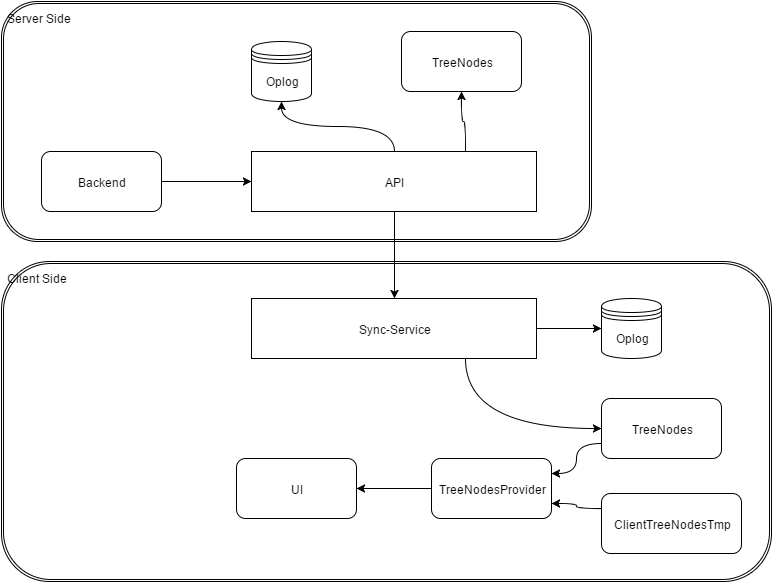
Before: docs/zoo-gui.png, a diagram exported from draw.io (thongdong7/zoo-gui). Source tidied: cells renumbered, new cells last; positions are measured from the earlier drawing's top-left corner, leaving out a move shared by most shapes.
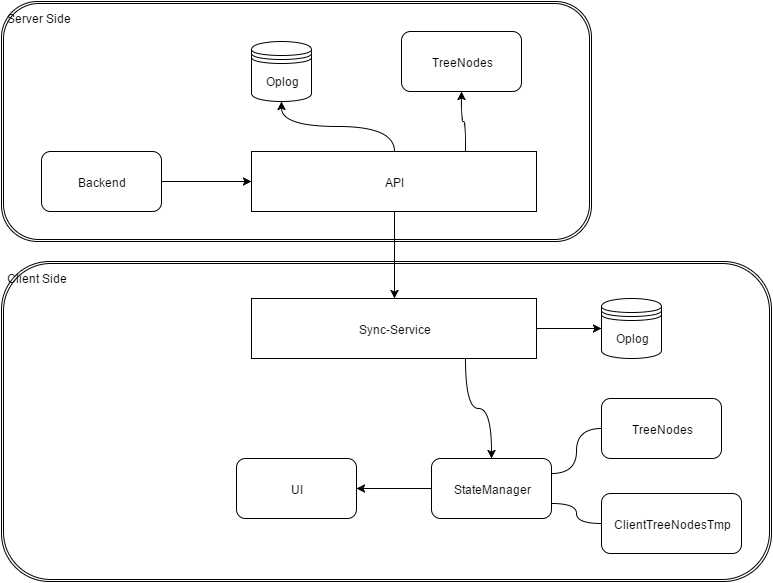
After the commit.

Diff of the diagram source:
```diff
@@ -23,6 +23,9 @@
     <mxCell id="8" style="edgeStyle=orthogonalEdgeStyle;curved=1;rounded=0;html=1;exitX=0.75;exitY=0;entryX=0.5;entryY=1;jettySize=auto;" parent="1" edge="1" source="6" target="4">
       <mxGeometry relative="1" as="geometry" />
     </mxCell>
+    <mxCell id="23" style="edgeStyle=orthogonalEdgeStyle;curved=1;rounded=0;html=1;exitX=0.75;exitY=1;jettySize=auto;" parent="1" edge="1" source="9" target="19">
+      <mxGeometry relative="1" as="geometry" />
+    </mxCell>
     <mxCell id="9" value="Sync-Service" style="whiteSpace=wrap;html=1;" parent="1" vertex="1">
       <mxGeometry x="250" y="297" width="285" height="60" as="geometry" />
     </mxCell>
@@ -32,15 +35,28 @@
     <mxCell id="11" value="Oplog" style="shape=datastore;whiteSpace=wrap;html=1;" parent="1" vertex="1">
       <mxGeometry x="600" y="297" width="60" height="60" as="geometry" />
     </mxCell>
+    <mxCell id="20" style="edgeStyle=orthogonalEdgeStyle;curved=1;rounded=0;html=1;exitX=0;exitY=0.5;entryX=1;entryY=0.25;jettySize=auto;endArrow=none;endFill=0;" parent="1" edge="1" source="12" target="19">
+      <mxGeometry relative="1" as="geometry">
+        <Array as="points">
+          <mxPoint x="575" y="427" />
+          <mxPoint x="575" y="472" />
+        </Array>
+      </mxGeometry>
+    </mxCell>
     <mxCell id="12" value="TreeNodes" style="rounded=1;whiteSpace=wrap;html=1;" parent="1" vertex="1">
       <mxGeometry x="600" y="397" width="120" height="60" as="geometry" />
     </mxCell>
     <mxCell id="13" style="edgeStyle=orthogonalEdgeStyle;curved=1;rounded=0;html=1;exitX=1;exitY=0.5;jettySize=auto;" parent="1" edge="1" source="9" target="11">
       <mxGeometry relative="1" as="geometry" />
     </mxCell>
-    <mxCell id="14" style="edgeStyle=orthogonalEdgeStyle;curved=1;rounded=0;html=1;exitX=0.75;exitY=1;entryX=0;entryY=0.5;jettySize=auto;" parent="1" edge="1" source="9" target="12">
-      <mxGeometry relative="1" as="geometry" />
-    </mxCell>
+    <mxCell id="21" style="edgeStyle=orthogonalEdgeStyle;curved=1;rounded=0;html=1;exitX=0;exitY=0.5;entryX=1;entryY=0.75;endArrow=none;endFill=0;jettySize=auto;" parent="1" edge="1" source="15" target="19">
+      <mxGeometry relative="1" as="geometry">
+        <Array as="points">
+          <mxPoint x="575" y="522" />
+          <mxPoint x="575" y="502" />
+        </Array>
+      </mxGeometry>
+    </mxCell>
     <mxCell id="15" value="ClientTreeNodesTmp" style="rounded=1;whiteSpace=wrap;html=1;" parent="1" vertex="1">
       <mxGeometry x="600" y="492" width="140" height="60" as="geometry" />
     </mxCell>
@@ -53,15 +69,9 @@
     <mxCell id="18" value="&lt;div style=&quot;text-align: center&quot;&gt;&lt;span style=&quot;line-height: 1.2&quot;&gt;UI&lt;/span&gt;&lt;/div&gt;" style="rounded=1;whiteSpace=wrap;html=1;align=center;" parent="1" vertex="1">
       <mxGeometry x="235" y="457" width="120" height="60" as="geometry" />
     </mxCell>
-    <mxCell id="19" value="TreeNodesProvider" style="rounded=1;whiteSpace=wrap;html=1;align=center;" parent="1" vertex="1">
+    <mxCell id="19" value="StateManager" style="rounded=1;whiteSpace=wrap;html=1;align=center;" parent="1" vertex="1">
       <mxGeometry x="430" y="457" width="120" height="60" as="geometry" />
     </mxCell>
-    <mxCell id="20" style="edgeStyle=orthogonalEdgeStyle;curved=1;rounded=0;html=1;exitX=0;exitY=0.75;entryX=1;entryY=0.25;jettySize=auto;" parent="1" edge="1" source="12" target="19">
-      <mxGeometry relative="1" as="geometry" />
-    </mxCell>
-    <mxCell id="21" style="edgeStyle=orthogonalEdgeStyle;curved=1;rounded=0;html=1;exitX=0;exitY=0.25;entryX=1;entryY=0.75;jettySize=auto;" parent="1" edge="1" source="15" target="19">
-      <mxGeometry relative="1" as="geometry" />
-    </mxCell>
     <mxCell id="22" style="edgeStyle=orthogonalEdgeStyle;curved=1;rounded=0;html=1;exitX=0;exitY=0.5;entryX=1;entryY=0.5;jettySize=auto;" parent="1" edge="1" source="19" target="18">
       <mxGeometry relative="1" as="geometry" />
     </mxCell>
```
